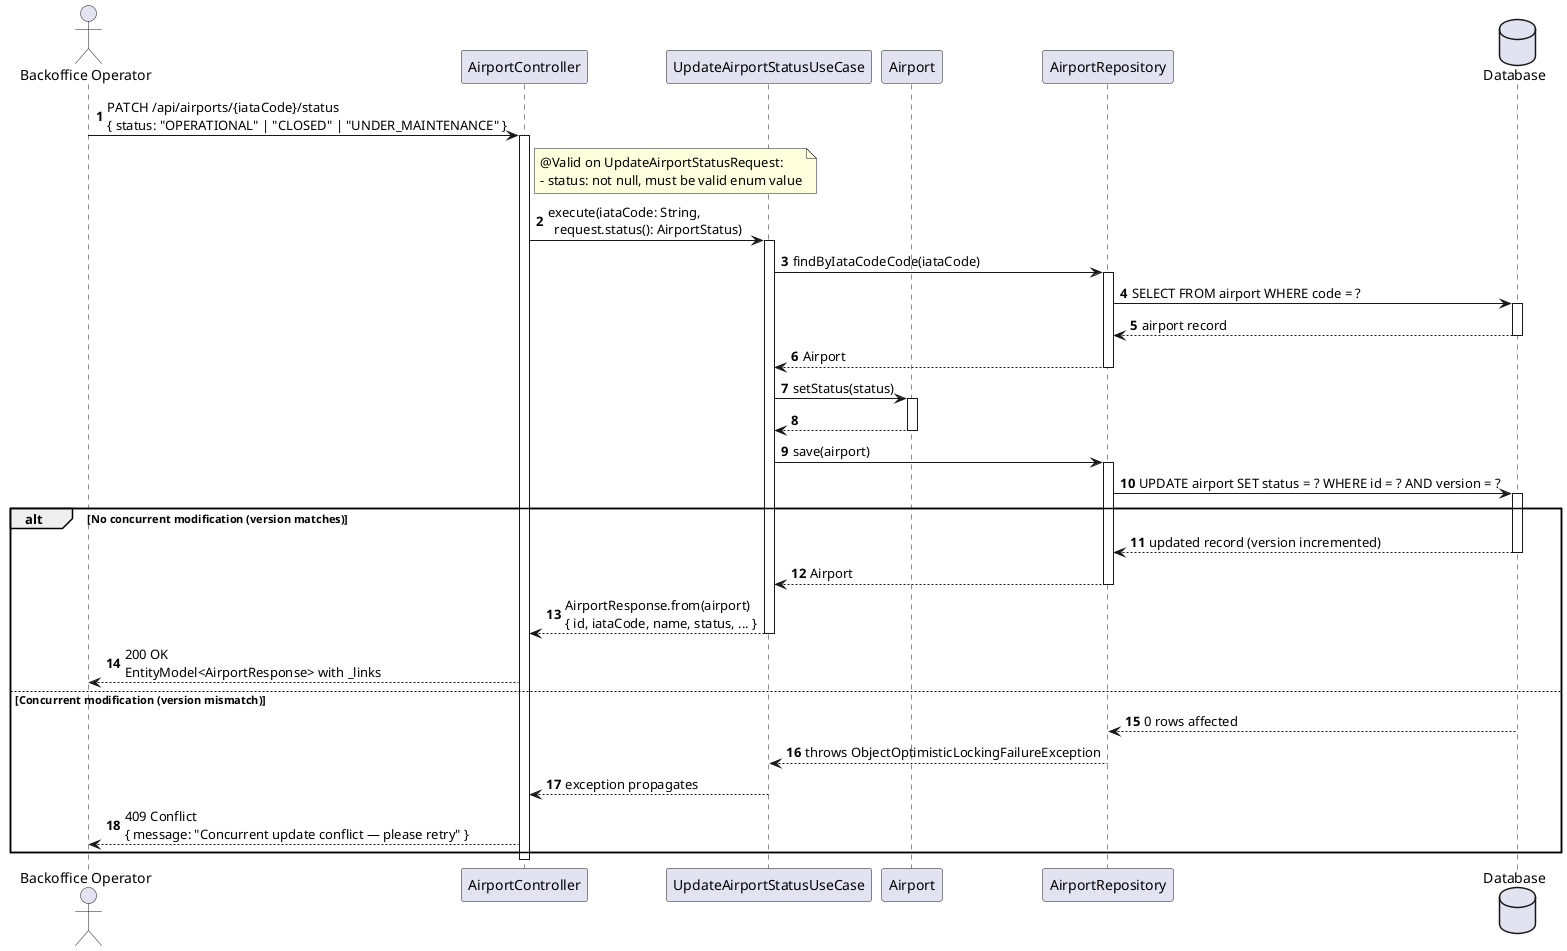
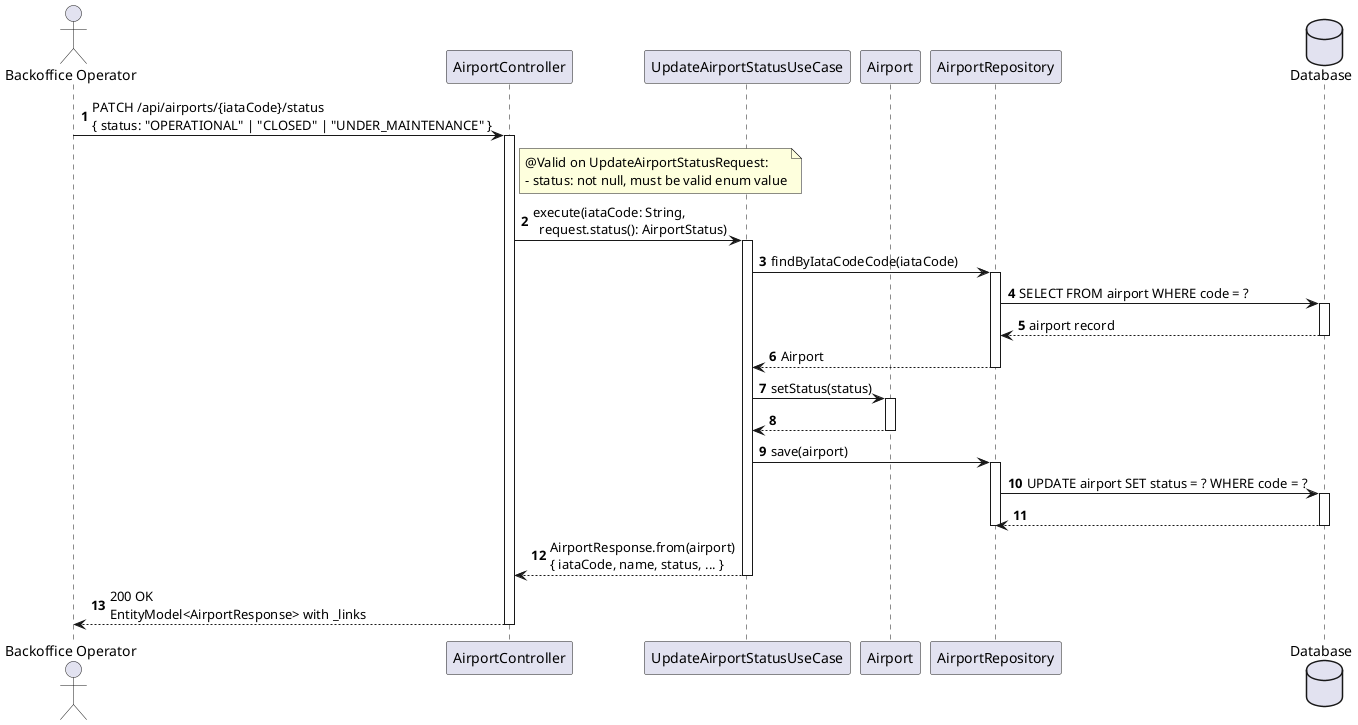
@startuml
autonumber
actor "Backoffice Operator" as BO
participant "AirportController" as Ctrl
participant "UpdateAirportStatusUseCase" as UC
participant "Airport" as Entity
participant "AirportRepository" as Repo
database "Database" as DB

BO -> Ctrl : PATCH /api/airports/{iataCode}/status\n{ status: "OPERATIONAL" | "CLOSED" | "UNDER_MAINTENANCE" }
activate Ctrl

note right of Ctrl
  @Valid on UpdateAirportStatusRequest:
  - status: not null, must be valid enum value
end note

Ctrl -> UC : execute(iataCode: String,\n  request.status(): AirportStatus)
activate UC

UC -> Repo : findByIataCodeCode(iataCode)
activate Repo
Repo -> DB : SELECT FROM airport WHERE code = ?
activate DB
DB --> Repo : airport record
deactivate DB
Repo --> UC : Airport
deactivate Repo

UC -> Entity : setStatus(status)
activate Entity
Entity --> UC
deactivate Entity

UC -> Repo : save(airport)
activate Repo
- Repo -> DB : UPDATE airport SET status = ? WHERE id = ? AND version = ?
+ Repo -> DB : UPDATE airport SET status = ? WHERE code = ?
activate DB
+ DB --> Repo
+ deactivate DB
+ deactivate Repo

- alt No concurrent modification (version matches)
-   DB --> Repo : updated record (version incremented)
-   deactivate DB
-   Repo --> UC : Airport
-   deactivate Repo
-   UC --> Ctrl : AirportResponse.from(airport)\n{ id, iataCode, name, status, ... }
-   deactivate UC
-   Ctrl --> BO : 200 OK\nEntityModel<AirportResponse> with _links
- else Concurrent modification (version mismatch)
-   DB --> Repo : 0 rows affected
-   Repo --> UC : throws ObjectOptimisticLockingFailureException
-   UC --> Ctrl : exception propagates
-   Ctrl --> BO : 409 Conflict\n{ message: "Concurrent update conflict — please retry" }
- end
+ UC --> Ctrl : AirportResponse.from(airport)\n{ iataCode, name, status, ... }
+ deactivate UC

+ Ctrl --> BO : 200 OK\nEntityModel<AirportResponse> with _links
deactivate Ctrl
@enduml
